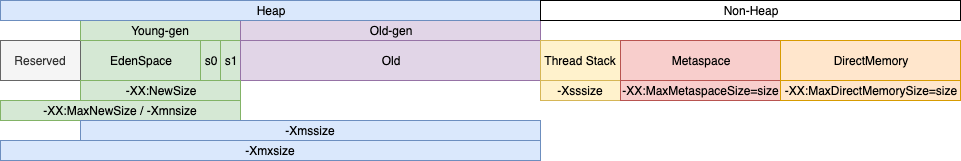
The draw.io diagram src/develop/java/jvm/JVM核心技术.assets/jvm_memory_parameter_relationship.png in sciatta/develop-stack, before a commit. Source tidied: cells renumbered, new cells last; positions are measured from the earlier drawing's top-left corner, leaving out a move shared by most shapes. The source it was exported from:
```xml
<mxGraphModel>
  <root>
    <mxCell id="0" />
    <mxCell id="1" parent="0" />
    <mxCell id="2" value="EdenSpace" style="rounded=0;whiteSpace=wrap;html=1;fillColor=#d5e8d4;strokeColor=#82b366;" parent="1" vertex="1">
      <mxGeometry x="80" y="40" width="120" height="40" as="geometry" />
    </mxCell>
    <mxCell id="3" value="s0" style="rounded=0;whiteSpace=wrap;html=1;fillColor=#d5e8d4;strokeColor=#82b366;" parent="1" vertex="1">
      <mxGeometry x="200" y="40" width="20" height="40" as="geometry" />
    </mxCell>
    <mxCell id="4" value="s1" style="rounded=0;whiteSpace=wrap;html=1;fillColor=#d5e8d4;strokeColor=#82b366;" parent="1" vertex="1">
      <mxGeometry x="220" y="40" width="20" height="40" as="geometry" />
    </mxCell>
    <mxCell id="5" value="Reserved" style="rounded=0;whiteSpace=wrap;html=1;fillColor=#f5f5f5;strokeColor=#666666;fontColor=#333333;" parent="1" vertex="1">
      <mxGeometry y="40" width="80" height="40" as="geometry" />
    </mxCell>
    <mxCell id="6" value="Old" style="rounded=0;whiteSpace=wrap;html=1;fillColor=#e1d5e7;strokeColor=#9673a6;" parent="1" vertex="1">
      <mxGeometry x="240" y="40" width="300" height="40" as="geometry" />
    </mxCell>
    <mxCell id="7" value="Young-gen" style="rounded=0;whiteSpace=wrap;html=1;fillColor=#d5e8d4;strokeColor=#82b366;" parent="1" vertex="1">
      <mxGeometry x="80" y="20" width="160" height="20" as="geometry" />
    </mxCell>
    <mxCell id="8" value="Old-gen" style="rounded=0;whiteSpace=wrap;html=1;fillColor=#e1d5e7;strokeColor=#9673a6;" parent="1" vertex="1">
      <mxGeometry x="240" y="20" width="300" height="20" as="geometry" />
    </mxCell>
    <mxCell id="9" value="Thread Stack" style="rounded=0;whiteSpace=wrap;html=1;fillColor=#fff2cc;strokeColor=#d6b656;" parent="1" vertex="1">
      <mxGeometry x="540" y="40" width="80" height="40" as="geometry" />
    </mxCell>
    <mxCell id="10" value="Metaspace" style="rounded=0;whiteSpace=wrap;html=1;fillColor=#f8cecc;strokeColor=#b85450;" parent="1" vertex="1">
      <mxGeometry x="620" y="40" width="160" height="40" as="geometry" />
    </mxCell>
    <mxCell id="11" value="-XX:NewSize" style="rounded=0;whiteSpace=wrap;html=1;fillColor=#d5e8d4;strokeColor=#82b366;" parent="1" vertex="1">
      <mxGeometry x="80" y="80" width="160" height="20" as="geometry" />
    </mxCell>
    <mxCell id="12" value="-XX:MaxNewSize / -Xmnsize" style="rounded=0;whiteSpace=wrap;html=1;fillColor=#d5e8d4;strokeColor=#82b366;" parent="1" vertex="1">
      <mxGeometry y="100" width="240" height="20" as="geometry" />
    </mxCell>
    <mxCell id="13" value="-Xmssize" style="rounded=0;whiteSpace=wrap;html=1;fillColor=#dae8fc;strokeColor=#6c8ebf;" parent="1" vertex="1">
      <mxGeometry x="80" y="120" width="460" height="20" as="geometry" />
    </mxCell>
    <mxCell id="14" value="-Xmxsize" style="rounded=0;whiteSpace=wrap;html=1;fillColor=#dae8fc;strokeColor=#6c8ebf;" parent="1" vertex="1">
      <mxGeometry y="140" width="540" height="20" as="geometry" />
    </mxCell>
    <mxCell id="15" value="Heap" style="rounded=0;whiteSpace=wrap;html=1;fillColor=#dae8fc;strokeColor=#6c8ebf;" parent="1" vertex="1">
      <mxGeometry width="540" height="20" as="geometry" />
    </mxCell>
    <mxCell id="16" value="&lt;span style=&quot;white-space: nowrap&quot;&gt;-Xsssize&lt;/span&gt;" style="rounded=0;whiteSpace=wrap;html=1;fillColor=#fff2cc;strokeColor=#d6b656;" parent="1" vertex="1">
      <mxGeometry x="540" y="80" width="80" height="20" as="geometry" />
    </mxCell>
    <mxCell id="17" value="Non-Heap" style="rounded=0;whiteSpace=wrap;html=1;" parent="1" vertex="1">
      <mxGeometry x="540" width="420" height="20" as="geometry" />
    </mxCell>
    <mxCell id="18" value="&lt;div&gt;&lt;span style=&quot;white-space: nowrap&quot;&gt;-XX:MaxMetaspaceSize=size&lt;/span&gt;&lt;/div&gt;" style="rounded=0;whiteSpace=wrap;html=1;fillColor=#f8cecc;strokeColor=#b85450;" parent="1" vertex="1">
      <mxGeometry x="620" y="80" width="160" height="20" as="geometry" />
    </mxCell>
    <mxCell id="19" value="&lt;span style=&quot;white-space: nowrap&quot;&gt;-XX:MaxDirectMemorySize=size&lt;/span&gt;" style="rounded=0;whiteSpace=wrap;html=1;fillColor=#ffe6cc;strokeColor=#d79b00;" parent="1" vertex="1">
      <mxGeometry x="780" y="80" width="180" height="20" as="geometry" />
    </mxCell>
    <mxCell id="20" value="&lt;span style=&quot;white-space: nowrap&quot;&gt;DirectMemory&lt;/span&gt;" style="rounded=0;whiteSpace=wrap;html=1;fillColor=#ffe6cc;strokeColor=#d79b00;" parent="1" vertex="1">
      <mxGeometry x="780" y="40" width="180" height="40" as="geometry" />
    </mxCell>
  </root>
</mxGraphModel>
```
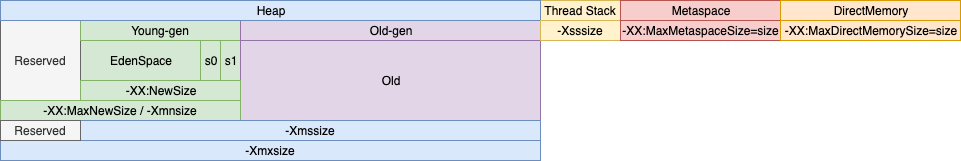
After the change.

Commit message:
内存参数关系优化

What changed in the source:
```diff
@@ -12,10 +12,10 @@
       <mxGeometry x="220" y="40" width="20" height="40" as="geometry" />
     </mxCell>
     <mxCell id="5" value="Reserved" style="rounded=0;whiteSpace=wrap;html=1;fillColor=#f5f5f5;strokeColor=#666666;fontColor=#333333;" parent="1" vertex="1">
-      <mxGeometry y="40" width="80" height="40" as="geometry" />
+      <mxGeometry y="20" width="80" height="80" as="geometry" />
     </mxCell>
     <mxCell id="6" value="Old" style="rounded=0;whiteSpace=wrap;html=1;fillColor=#e1d5e7;strokeColor=#9673a6;" parent="1" vertex="1">
-      <mxGeometry x="240" y="40" width="300" height="40" as="geometry" />
+      <mxGeometry x="240" y="40" width="300" height="80" as="geometry" />
     </mxCell>
     <mxCell id="7" value="Young-gen" style="rounded=0;whiteSpace=wrap;html=1;fillColor=#d5e8d4;strokeColor=#82b366;" parent="1" vertex="1">
       <mxGeometry x="80" y="20" width="160" height="20" as="geometry" />
@@ -24,10 +24,10 @@
       <mxGeometry x="240" y="20" width="300" height="20" as="geometry" />
     </mxCell>
     <mxCell id="9" value="Thread Stack" style="rounded=0;whiteSpace=wrap;html=1;fillColor=#fff2cc;strokeColor=#d6b656;" parent="1" vertex="1">
-      <mxGeometry x="540" y="40" width="80" height="40" as="geometry" />
+      <mxGeometry x="540" width="80" height="20" as="geometry" />
     </mxCell>
     <mxCell id="10" value="Metaspace" style="rounded=0;whiteSpace=wrap;html=1;fillColor=#f8cecc;strokeColor=#b85450;" parent="1" vertex="1">
-      <mxGeometry x="620" y="40" width="160" height="40" as="geometry" />
+      <mxGeometry x="620" width="160" height="20" as="geometry" />
     </mxCell>
     <mxCell id="11" value="-XX:NewSize" style="rounded=0;whiteSpace=wrap;html=1;fillColor=#d5e8d4;strokeColor=#82b366;" parent="1" vertex="1">
       <mxGeometry x="80" y="80" width="160" height="20" as="geometry" />
@@ -45,19 +45,19 @@
       <mxGeometry width="540" height="20" as="geometry" />
     </mxCell>
     <mxCell id="16" value="&lt;span style=&quot;white-space: nowrap&quot;&gt;-Xsssize&lt;/span&gt;" style="rounded=0;whiteSpace=wrap;html=1;fillColor=#fff2cc;strokeColor=#d6b656;" parent="1" vertex="1">
-      <mxGeometry x="540" y="80" width="80" height="20" as="geometry" />
+      <mxGeometry x="540" y="20" width="80" height="20" as="geometry" />
     </mxCell>
-    <mxCell id="17" value="Non-Heap" style="rounded=0;whiteSpace=wrap;html=1;" parent="1" vertex="1">
-      <mxGeometry x="540" width="420" height="20" as="geometry" />
-    </mxCell>
     <mxCell id="18" value="&lt;div&gt;&lt;span style=&quot;white-space: nowrap&quot;&gt;-XX:MaxMetaspaceSize=size&lt;/span&gt;&lt;/div&gt;" style="rounded=0;whiteSpace=wrap;html=1;fillColor=#f8cecc;strokeColor=#b85450;" parent="1" vertex="1">
-      <mxGeometry x="620" y="80" width="160" height="20" as="geometry" />
+      <mxGeometry x="620" y="20" width="160" height="20" as="geometry" />
     </mxCell>
     <mxCell id="19" value="&lt;span style=&quot;white-space: nowrap&quot;&gt;-XX:MaxDirectMemorySize=size&lt;/span&gt;" style="rounded=0;whiteSpace=wrap;html=1;fillColor=#ffe6cc;strokeColor=#d79b00;" parent="1" vertex="1">
-      <mxGeometry x="780" y="80" width="180" height="20" as="geometry" />
+      <mxGeometry x="780" y="20" width="180" height="20" as="geometry" />
     </mxCell>
     <mxCell id="20" value="&lt;span style=&quot;white-space: nowrap&quot;&gt;DirectMemory&lt;/span&gt;" style="rounded=0;whiteSpace=wrap;html=1;fillColor=#ffe6cc;strokeColor=#d79b00;" parent="1" vertex="1">
-      <mxGeometry x="780" y="40" width="180" height="40" as="geometry" />
+      <mxGeometry x="780" width="180" height="20" as="geometry" />
     </mxCell>
+    <mxCell id="21" value="Reserved" style="rounded=0;whiteSpace=wrap;html=1;fillColor=#f5f5f5;strokeColor=#666666;fontColor=#333333;" parent="1" vertex="1">
+      <mxGeometry y="120" width="80" height="20" as="geometry" />
+    </mxCell>
   </root>
 </mxGraphModel>
```
